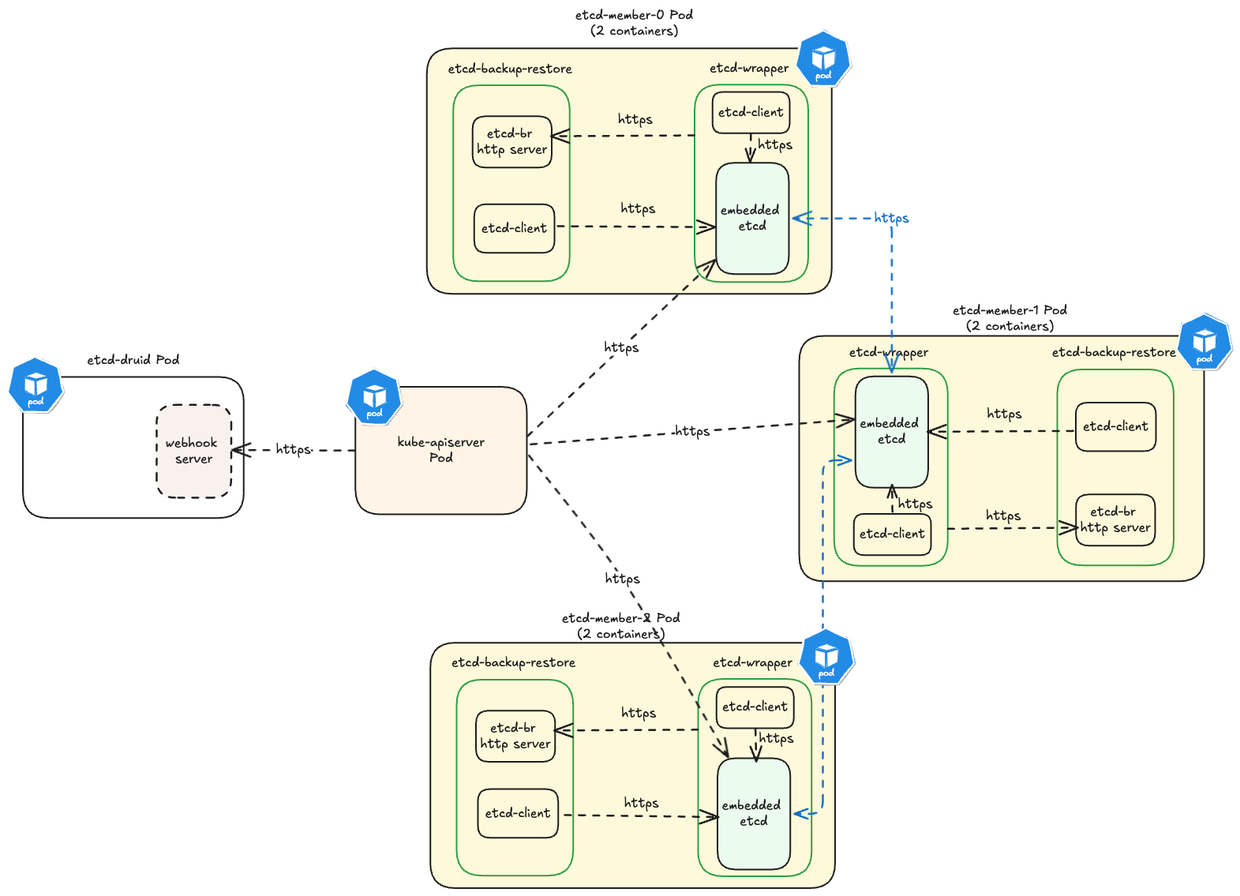
Above: docs/assets/images/tls-communication-lines.excalidraw.png in unmarshall/etcd-druid (Excalidraw), before the change. Source tidied: one line per element, renumbered; positions are measured from the earlier drawing's top-left corner, leaving out a move shared by most shapes.
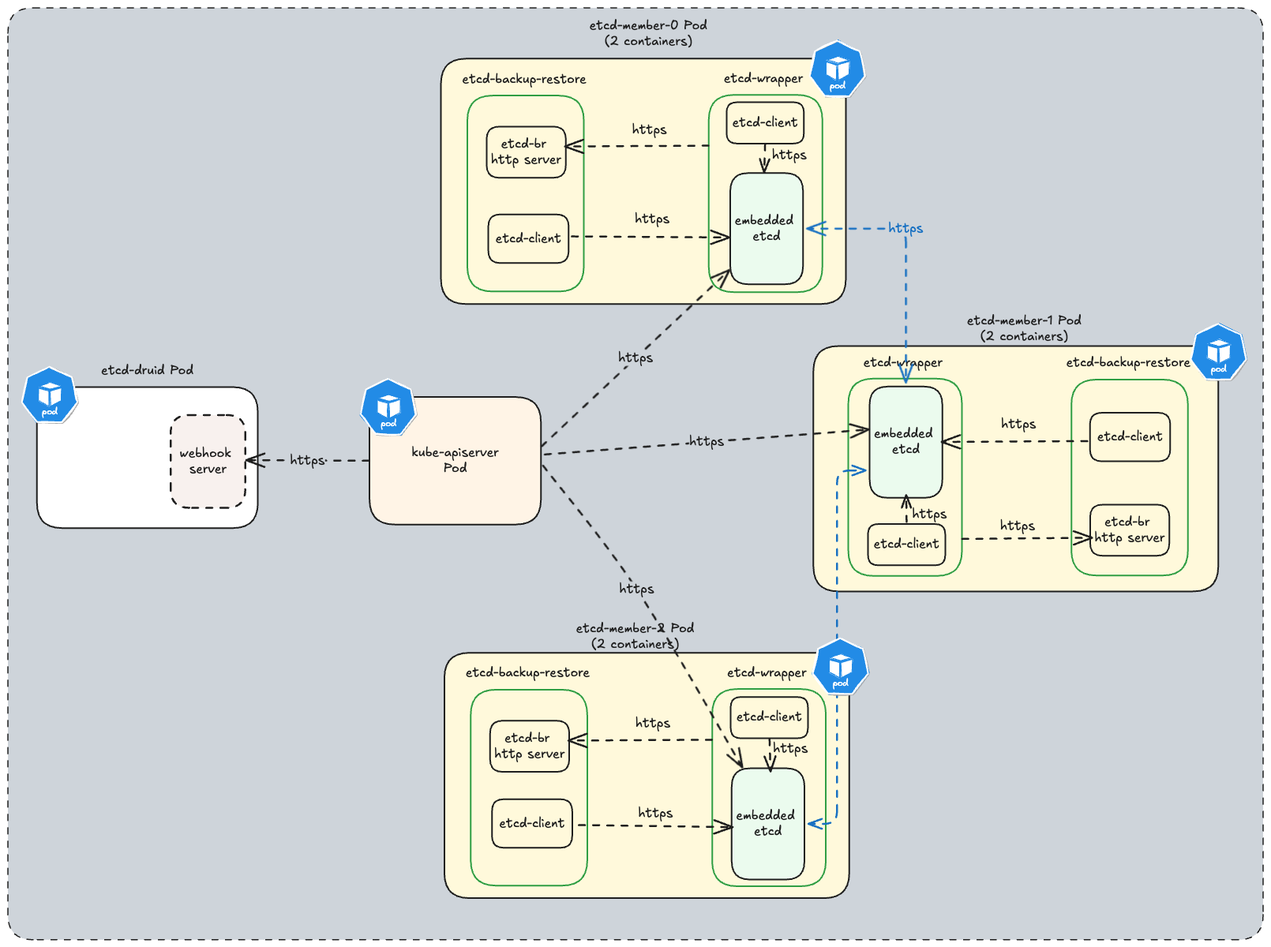
After the commit.

The edit, as a diff of the source:
```diff
@@ -1,3 +1,4 @@
+{"id": 107, "type": "rectangle", "strokeColor": "#1e1e1e", "backgroundColor": "#ced4da", "fillStyle": "solid", "strokeWidth": 1, "strokeStyle": "dashed", "roughness": 0, "round": true, "x": -18, "y": -13, "width": 1590, "height": 1181}
 {"id": 0, "type": "rectangle", "strokeColor": "#1e1e1e", "backgroundColor": "#fff9db", "fillStyle": "solid", "strokeWidth": 2, "roughness": 0, "round": true, "x": 531, "y": 51, "width": 513, "height": 311}
 {"id": 1, "type": "rectangle", "strokeColor": "#2f9e44", "strokeWidth": 2, "roughness": 0, "round": true, "x": 564, "y": 98, "width": 148, "height": 248}
 {"id": 2, "type": "rectangle", "strokeColor": "#2f9e44", "strokeWidth": 2, "roughness": 0, "round": true, "x": 870, "y": 97, "width": 144, "height": 250}
```
